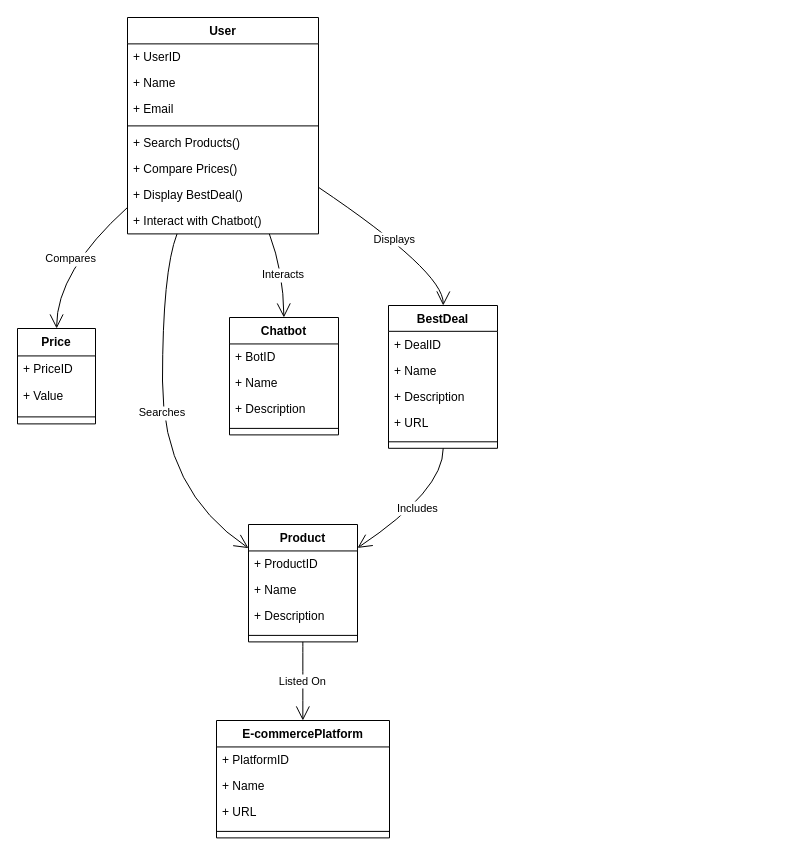
Before: Use case Diagram.drawio in Sohelms97/movie, a draw.io diagram. Source tidied: cells renumbered, new cells numbered last; positions are measured from the earlier drawing's top-left corner, leaving out a move shared by most shapes. Both pictures are drawn from the tidied source at 100%, with x=0, y=0 at pixel (17, 17).
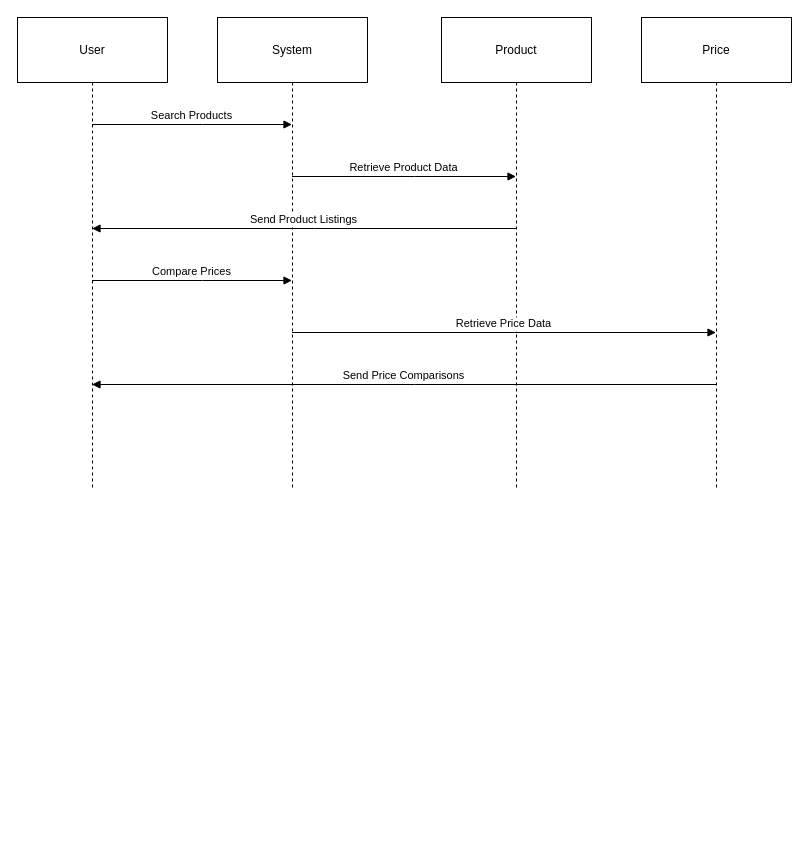
After the change.

Commit message:
Sequence diagram

The edit, as a diff of the source:
```diff
@@
-    <mxCell id="2" value="User" style="swimlane;fontStyle=1;align=center;verticalAlign=top;horizontal=1;startSize=26.375;" parent="1" vertex="1">
-      <mxGeometry x="110" width="191" height="216.4" as="geometry" />
+    <mxCell id="2" value="User" style="shape=umlLifeline;perimeter=lifelinePerimeter;whiteSpace=wrap;outlineConnect=0;portConstraint=eastwest;newEdgeStyle={&quot;edgeStyle&quot;:&quot;elbowEdgeStyle&quot;,&quot;elbow&quot;:&quot;vertical&quot;,&quot;curved&quot;:0,&quot;rounded&quot;:0};size=65;" parent="1" vertex="1">
+      <mxGeometry width="150" height="472" as="geometry" />
     </mxCell>
-    <mxCell id="3" value="+ UserID" style="text;strokeColor=none;fillColor=none;align=left;verticalAlign=top;spacingLeft=4;spacingRight=4;overflow=hidden;" parent="2" vertex="1">
-      <mxGeometry y="26.4" width="191" height="26" as="geometry" />
-    </mxCell>
-    <mxCell id="4" value="+ Name" style="text;strokeColor=none;fillColor=none;align=left;verticalAlign=top;spacingLeft=4;spacingRight=4;overflow=hidden;" parent="2" vertex="1">
-      <mxGeometry y="52.4" width="191" height="26" as="geometry" />
-    </mxCell>
-    <mxCell id="5" value="+ Email" style="text;strokeColor=none;fillColor=none;align=left;verticalAlign=top;spacingLeft=4;spacingRight=4;overflow=hidden;" parent="2" vertex="1">
-      <mxGeometry y="78.4" width="191" height="26" as="geometry" />
-    </mxCell>
-    <mxCell id="6" style="line;strokeWidth=1;fillColor=none;align=left;verticalAlign=middle;spacingTop=-1;spacingLeft=3;spacingRight=3;labelPosition=right;strokeColor=inherit;" parent="2" vertex="1">
-      <mxGeometry y="104.4" width="191" height="8" as="geometry" />
-    </mxCell>
-    <mxCell id="7" value="+ Search Products()" style="text;strokeColor=none;fillColor=none;align=left;verticalAlign=top;spacingLeft=4;spacingRight=4;overflow=hidden;" parent="2" vertex="1">
-      <mxGeometry y="112.4" width="191" height="26" as="geometry" />
-    </mxCell>
-    <mxCell id="8" value="+ Compare Prices()" style="text;strokeColor=none;fillColor=none;align=left;verticalAlign=top;spacingLeft=4;spacingRight=4;overflow=hidden;" parent="2" vertex="1">
-      <mxGeometry y="138.4" width="191" height="26" as="geometry" />
-    </mxCell>
-    <mxCell id="9" value="+ Display BestDeal()" style="text;strokeColor=none;fillColor=none;align=left;verticalAlign=top;spacingLeft=4;spacingRight=4;overflow=hidden;" parent="2" vertex="1">
-      <mxGeometry y="164.4" width="191" height="26" as="geometry" />
-    </mxCell>
-    <mxCell id="10" value="+ Interact with Chatbot()" style="text;strokeColor=none;fillColor=none;align=left;verticalAlign=top;spacingLeft=4;spacingRight=4;overflow=hidden;" parent="2" vertex="1">
-      <mxGeometry y="190.4" width="191" height="26" as="geometry" />
-    </mxCell>
+    <mxCell id="42" value="System" style="shape=umlLifeline;perimeter=lifelinePerimeter;whiteSpace=wrap;outlineConnect=0;portConstraint=eastwest;newEdgeStyle={&quot;edgeStyle&quot;:&quot;elbowEdgeStyle&quot;,&quot;elbow&quot;:&quot;vertical&quot;,&quot;curved&quot;:0,&quot;rounded&quot;:0};size=65;" parent="1" vertex="1">
+      <mxGeometry x="200" width="150" height="472" as="geometry" />
+    </mxCell>
-    <mxCell id="11" value="Product" style="swimlane;fontStyle=1;align=center;verticalAlign=top;horizontal=1;startSize=26.444444444444443;" parent="1" vertex="1">
-      <mxGeometry x="231" y="507" width="109" height="117.4" as="geometry" />
+    <mxCell id="11" value="Product" style="shape=umlLifeline;perimeter=lifelinePerimeter;whiteSpace=wrap;outlineConnect=0;portConstraint=eastwest;newEdgeStyle={&quot;edgeStyle&quot;:&quot;elbowEdgeStyle&quot;,&quot;elbow&quot;:&quot;vertical&quot;,&quot;curved&quot;:0,&quot;rounded&quot;:0};size=65;" parent="1" vertex="1">
+      <mxGeometry x="424" width="150" height="472" as="geometry" />
     </mxCell>
-    <mxCell id="12" value="+ ProductID" style="text;strokeColor=none;fillColor=none;align=left;verticalAlign=top;spacingLeft=4;spacingRight=4;overflow=hidden;" parent="11" vertex="1">
-      <mxGeometry y="26.4" width="109" height="26" as="geometry" />
-    </mxCell>
-    <mxCell id="13" value="+ Name" style="text;strokeColor=none;fillColor=none;align=left;verticalAlign=top;spacingLeft=4;spacingRight=4;overflow=hidden;" parent="11" vertex="1">
-      <mxGeometry y="52.4" width="109" height="26" as="geometry" />
-    </mxCell>
-    <mxCell id="14" value="+ Description" style="text;strokeColor=none;fillColor=none;align=left;verticalAlign=top;spacingLeft=4;spacingRight=4;overflow=hidden;" parent="11" vertex="1">
-      <mxGeometry y="78.4" width="109" height="26" as="geometry" />
-    </mxCell>
-    <mxCell id="15" style="line;strokeWidth=1;fillColor=none;align=left;verticalAlign=middle;spacingTop=-1;spacingLeft=3;spacingRight=3;labelPosition=right;strokeColor=inherit;" parent="11" vertex="1">
-      <mxGeometry y="104.4" width="109" height="13" as="geometry" />
-    </mxCell>
-    <mxCell id="16" value="Price" style="swimlane;fontStyle=1;align=center;verticalAlign=top;horizontal=1;startSize=27.428571428571427;" parent="1" vertex="1">
-      <mxGeometry y="311" width="78" height="95.4" as="geometry" />
+    <mxCell id="16" value="Price" style="shape=umlLifeline;perimeter=lifelinePerimeter;whiteSpace=wrap;outlineConnect=0;portConstraint=eastwest;newEdgeStyle={&quot;edgeStyle&quot;:&quot;elbowEdgeStyle&quot;,&quot;elbow&quot;:&quot;vertical&quot;,&quot;curved&quot;:0,&quot;rounded&quot;:0};size=65;" parent="1" vertex="1">
+      <mxGeometry x="624" width="150" height="472" as="geometry" />
     </mxCell>
-    <mxCell id="17" value="+ PriceID" style="text;strokeColor=none;fillColor=none;align=left;verticalAlign=top;spacingLeft=4;spacingRight=4;overflow=hidden;" parent="16" vertex="1">
-      <mxGeometry y="27.4" width="78" height="27" as="geometry" />
-    </mxCell>
-    <mxCell id="18" value="+ Value" style="text;strokeColor=none;fillColor=none;align=left;verticalAlign=top;spacingLeft=4;spacingRight=4;overflow=hidden;" parent="16" vertex="1">
-      <mxGeometry y="54.4" width="78" height="27" as="geometry" />
-    </mxCell>
-    <mxCell id="19" style="line;strokeWidth=1;fillColor=none;align=left;verticalAlign=middle;spacingTop=-1;spacingLeft=3;spacingRight=3;labelPosition=right;strokeColor=inherit;" parent="16" vertex="1">
-      <mxGeometry y="81.4" width="78" height="14" as="geometry" />
-    </mxCell>
-    <mxCell id="20" value="E-commercePlatform" style="swimlane;fontStyle=1;align=center;verticalAlign=top;horizontal=1;startSize=26.444444444444443;" parent="1" vertex="1">
-      <mxGeometry x="199" y="703" width="173" height="117.4" as="geometry" />
-    </mxCell>
-    <mxCell id="21" value="+ PlatformID" style="text;strokeColor=none;fillColor=none;align=left;verticalAlign=top;spacingLeft=4;spacingRight=4;overflow=hidden;" parent="20" vertex="1">
-      <mxGeometry y="26.4" width="173" height="26" as="geometry" />
-    </mxCell>
-    <mxCell id="22" value="+ Name" style="text;strokeColor=none;fillColor=none;align=left;verticalAlign=top;spacingLeft=4;spacingRight=4;overflow=hidden;" parent="20" vertex="1">
-      <mxGeometry y="52.4" width="173" height="26" as="geometry" />
-    </mxCell>
-    <mxCell id="23" value="+ URL" style="text;strokeColor=none;fillColor=none;align=left;verticalAlign=top;spacingLeft=4;spacingRight=4;overflow=hidden;" parent="20" vertex="1">
-      <mxGeometry y="78.4" width="173" height="26" as="geometry" />
-    </mxCell>
-    <mxCell id="24" style="line;strokeWidth=1;fillColor=none;align=left;verticalAlign=middle;spacingTop=-1;spacingLeft=3;spacingRight=3;labelPosition=right;strokeColor=inherit;" parent="20" vertex="1">
-      <mxGeometry y="104.4" width="173" height="13" as="geometry" />
-    </mxCell>
-    <mxCell id="25" value="BestDeal" style="swimlane;fontStyle=1;align=center;verticalAlign=top;horizontal=1;startSize=25.818181818181817;" parent="1" vertex="1">
-      <mxGeometry x="371" y="288" width="109" height="142.8" as="geometry" />
-    </mxCell>
-    <mxCell id="26" value="+ DealID" style="text;strokeColor=none;fillColor=none;align=left;verticalAlign=top;spacingLeft=4;spacingRight=4;overflow=hidden;" parent="25" vertex="1">
-      <mxGeometry y="25.8" width="109" height="26" as="geometry" />
-    </mxCell>
-    <mxCell id="27" value="+ Name" style="text;strokeColor=none;fillColor=none;align=left;verticalAlign=top;spacingLeft=4;spacingRight=4;overflow=hidden;" parent="25" vertex="1">
-      <mxGeometry y="51.8" width="109" height="26" as="geometry" />
-    </mxCell>
-    <mxCell id="28" value="+ Description" style="text;strokeColor=none;fillColor=none;align=left;verticalAlign=top;spacingLeft=4;spacingRight=4;overflow=hidden;" parent="25" vertex="1">
-      <mxGeometry y="77.8" width="109" height="26" as="geometry" />
-    </mxCell>
-    <mxCell id="29" value="+ URL" style="text;strokeColor=none;fillColor=none;align=left;verticalAlign=top;spacingLeft=4;spacingRight=4;overflow=hidden;" parent="25" vertex="1">
-      <mxGeometry y="103.8" width="109" height="26" as="geometry" />
-    </mxCell>
-    <mxCell id="30" style="line;strokeWidth=1;fillColor=none;align=left;verticalAlign=middle;spacingTop=-1;spacingLeft=3;spacingRight=3;labelPosition=right;strokeColor=inherit;" parent="25" vertex="1">
-      <mxGeometry y="129.8" width="109" height="13" as="geometry" />
-    </mxCell>
-    <mxCell id="31" value="Chatbot" style="swimlane;fontStyle=1;align=center;verticalAlign=top;horizontal=1;startSize=26.444444444444443;" parent="1" vertex="1">
-      <mxGeometry x="212" y="300" width="109" height="117.4" as="geometry" />
-    </mxCell>
-    <mxCell id="32" value="+ BotID" style="text;strokeColor=none;fillColor=none;align=left;verticalAlign=top;spacingLeft=4;spacingRight=4;overflow=hidden;" parent="31" vertex="1">
-      <mxGeometry y="26.4" width="109" height="26" as="geometry" />
-    </mxCell>
-    <mxCell id="33" value="+ Name" style="text;strokeColor=none;fillColor=none;align=left;verticalAlign=top;spacingLeft=4;spacingRight=4;overflow=hidden;" parent="31" vertex="1">
-      <mxGeometry y="52.4" width="109" height="26" as="geometry" />
-    </mxCell>
-    <mxCell id="34" value="+ Description" style="text;strokeColor=none;fillColor=none;align=left;verticalAlign=top;spacingLeft=4;spacingRight=4;overflow=hidden;" parent="31" vertex="1">
-      <mxGeometry y="78.4" width="109" height="26" as="geometry" />
-    </mxCell>
-    <mxCell id="35" style="line;strokeWidth=1;fillColor=none;align=left;verticalAlign=middle;spacingTop=-1;spacingLeft=3;spacingRight=3;labelPosition=right;strokeColor=inherit;" parent="31" vertex="1">
-      <mxGeometry y="104.4" width="109" height="13" as="geometry" />
-    </mxCell>
-    <mxCell id="36" value="Searches" style="curved=1;startArrow=none;endArrow=open;endSize=12;exitX=0.25929577146733196;exitY=1;entryX=-0.002956565366972477;entryY=0.19945616534939978;rounded=0;" parent="1" edge="1" source="2" target="11">
-      <mxGeometry relative="1" as="geometry">
-        <Array as="points">
-          <mxPoint x="145" y="254" />
-          <mxPoint x="145" y="473" />
-        </Array>
-      </mxGeometry>
-    </mxCell>
-    <mxCell id="37" value="Compares" style="curved=1;startArrow=none;endArrow=open;endSize=12;exitX=0.002178092277486911;exitY=0.8761017853955712;entryX=0.5017027243589743;entryY=0;rounded=0;" parent="1" edge="1" source="2" target="16">
-      <mxGeometry relative="1" as="geometry">
-        <Array as="points">
-          <mxPoint x="39" y="254" />
-        </Array>
-      </mxGeometry>
-    </mxCell>
-    <mxCell id="38" value="Displays" style="curved=1;startArrow=none;endArrow=open;endSize=12;exitX=0.9996830006544503;exitY=0.7846795556563468;entryX=0.501899369266055;entryY=0;rounded=0;" parent="1" edge="1" source="2" target="25">
-      <mxGeometry relative="1" as="geometry">
-        <Array as="points">
-          <mxPoint x="426" y="254" />
-        </Array>
-      </mxGeometry>
-    </mxCell>
-    <mxCell id="39" value="Interacts" style="curved=1;startArrow=none;endArrow=open;endSize=12;exitX=0.7425653214646051;exitY=1;entryX=0.498817373853211;entryY=-0.003937007874015748;rounded=0;" parent="1" edge="1" source="2" target="31">
-      <mxGeometry relative="1" as="geometry">
-        <Array as="points">
-          <mxPoint x="266" y="254" />
-        </Array>
-      </mxGeometry>
-    </mxCell>
-    <mxCell id="40" value="Includes" style="curved=1;startArrow=none;endArrow=open;endSize=12;exitX=0.501899369266055;exitY=1;entryX=1.0001254300458715;entryY=0.19945616534939978;rounded=0;" parent="1" edge="1" source="25" target="11">
-      <mxGeometry relative="1" as="geometry">
-        <Array as="points">
-          <mxPoint x="426" y="473" />
-        </Array>
-      </mxGeometry>
-    </mxCell>
-    <mxCell id="41" value="Listed On" style="curved=1;startArrow=none;endArrow=open;endSize=12;exitX=0.49858443233944955;exitY=1;entryX=0.49910811054913296;entryY=0;rounded=0;" parent="1" edge="1" source="11" target="20">
-      <mxGeometry relative="1" as="geometry" />
-    </mxCell>
+    <mxCell id="43" value="Search Products" style="verticalAlign=bottom;endArrow=block;edgeStyle=elbowEdgeStyle;elbow=vertical;curved=0;rounded=0;" parent="1" edge="1" source="2" target="42">
+      <mxGeometry relative="1" as="geometry">
+        <Array as="points">
+          <mxPoint x="185" y="107" />
+        </Array>
+      </mxGeometry>
+    </mxCell>
+    <mxCell id="44" value="Retrieve Product Data" style="verticalAlign=bottom;endArrow=block;edgeStyle=elbowEdgeStyle;elbow=vertical;curved=0;rounded=0;" parent="1" edge="1" source="42" target="11">
+      <mxGeometry relative="1" as="geometry">
+        <Array as="points">
+          <mxPoint x="397" y="159" />
+        </Array>
+      </mxGeometry>
+    </mxCell>
+    <mxCell id="45" value="Send Product Listings" style="verticalAlign=bottom;endArrow=block;edgeStyle=elbowEdgeStyle;elbow=vertical;curved=0;rounded=0;" parent="1" edge="1" source="11" target="2">
+      <mxGeometry relative="1" as="geometry">
+        <Array as="points">
+          <mxPoint x="297" y="211" />
+        </Array>
+      </mxGeometry>
+    </mxCell>
+    <mxCell id="46" value="Compare Prices" style="verticalAlign=bottom;endArrow=block;edgeStyle=elbowEdgeStyle;elbow=vertical;curved=0;rounded=0;" parent="1" edge="1" source="2" target="42">
+      <mxGeometry relative="1" as="geometry">
+        <Array as="points">
+          <mxPoint x="185" y="263" />
+        </Array>
+      </mxGeometry>
+    </mxCell>
+    <mxCell id="47" value="Retrieve Price Data" style="verticalAlign=bottom;endArrow=block;edgeStyle=elbowEdgeStyle;elbow=vertical;curved=0;rounded=0;" parent="1" edge="1" source="42" target="16">
+      <mxGeometry relative="1" as="geometry">
+        <Array as="points">
+          <mxPoint x="497" y="315" />
+        </Array>
+      </mxGeometry>
+    </mxCell>
+    <mxCell id="48" value="Send Price Comparisons" style="verticalAlign=bottom;endArrow=block;edgeStyle=elbowEdgeStyle;elbow=vertical;curved=0;rounded=0;" parent="1" edge="1" source="16" target="2">
+      <mxGeometry relative="1" as="geometry">
+        <Array as="points">
+          <mxPoint x="397" y="367" />
+        </Array>
+      </mxGeometry>
+    </mxCell>
```
